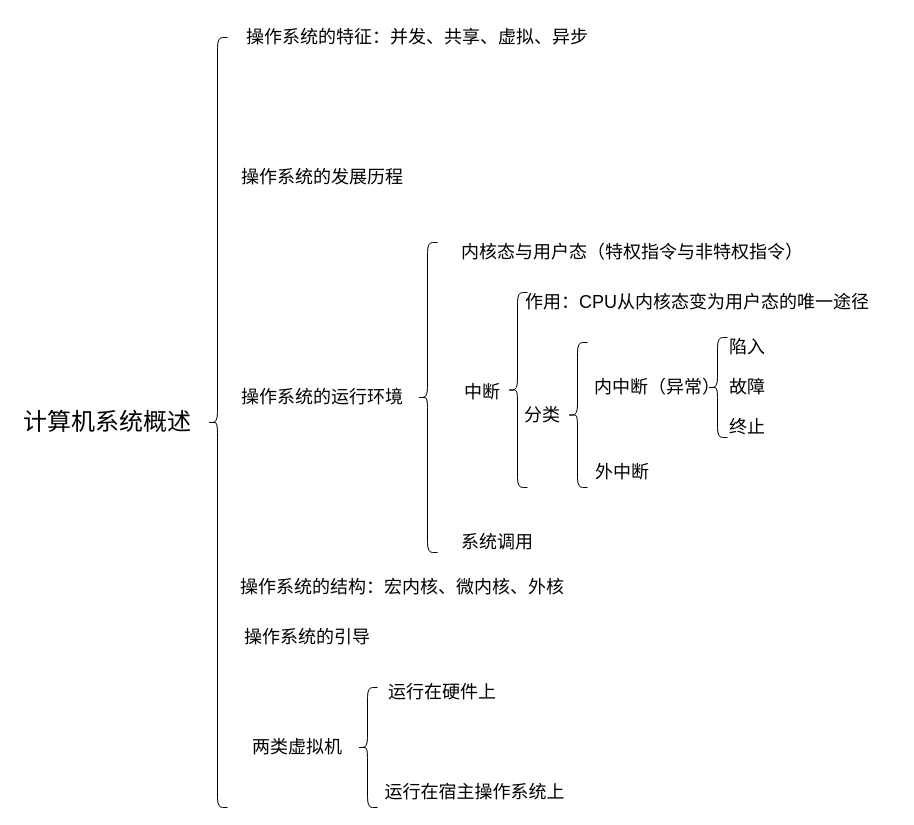
Earlier version of the draw.io diagram page "第 1 页" (1 of 5) of 操作系统.drawio (2968392441/draw). Source tidied: cells renumbered, new cells numbered last; positions are measured from the earlier drawing's top-left corner, leaving out a move shared by most shapes. Both pictures are drawn from the tidied source at 100%, with x=0, y=0 at pixel (17, 17).
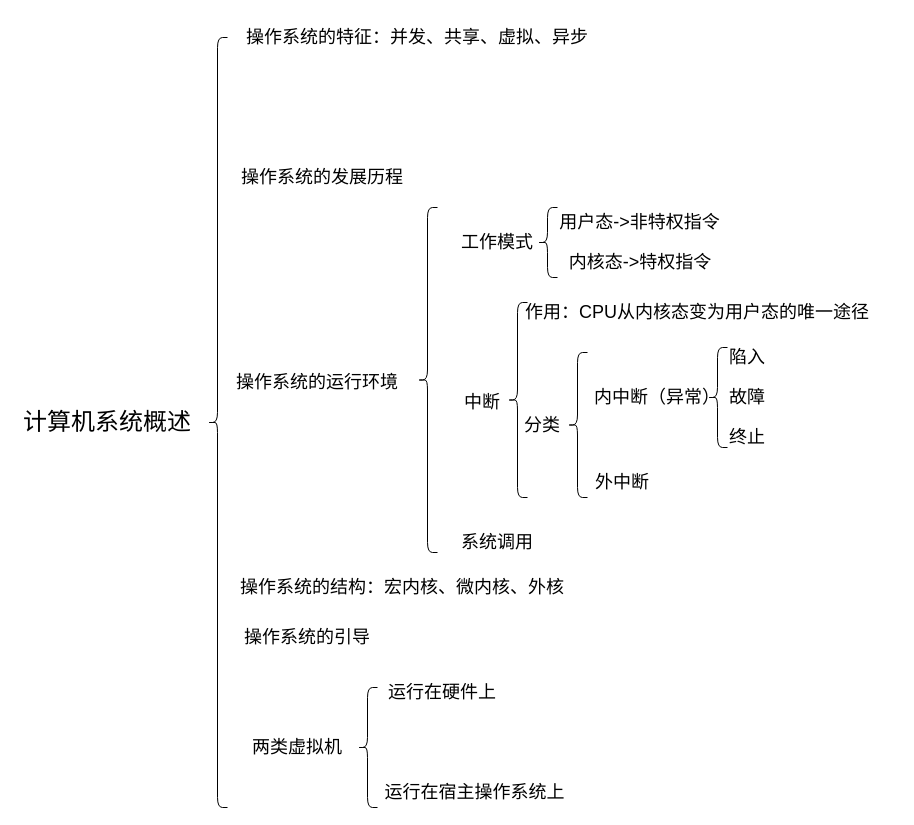
After the change.

Change to the diagram source:
```diff
@@
     <mxCell id="4" value="&lt;font style=&quot;font-size: 18px;&quot;&gt;操作系统的运行环境&lt;/font&gt;" style="text;html=1;whiteSpace=wrap;strokeColor=none;fillColor=none;align=center;verticalAlign=middle;rounded=0;" parent="1" vertex="1">
-      <mxGeometry x="220" y="360" width="170" height="40" as="geometry" />
+      <mxGeometry x="215" y="345" width="170" height="40" as="geometry" />
     </mxCell>
@@
     <mxCell id="6" style="shape=curlyBracket;whiteSpace=wrap;html=1;rounded=1;labelPosition=left;verticalLabelPosition=middle;align=right;verticalAlign=middle;" parent="1" vertex="1">
-      <mxGeometry x="400" y="225" width="20" height="310" as="geometry" />
+      <mxGeometry x="400" y="190" width="20" height="345" as="geometry" />
     </mxCell>
-    <mxCell id="7" value="&lt;font style=&quot;font-size: 18px;&quot;&gt;内核态与用户态（特权指令与非特权指令）&lt;/font&gt;" style="text;html=1;whiteSpace=wrap;strokeColor=none;fillColor=none;align=center;verticalAlign=middle;rounded=0;" parent="1" vertex="1">
-      <mxGeometry x="430" y="220" width="370" height="30" as="geometry" />
-    </mxCell>
@@
     <mxCell id="16" value="&lt;font style=&quot;font-size: 18px;&quot;&gt;中断&lt;/font&gt;" style="text;html=1;whiteSpace=wrap;strokeColor=none;fillColor=none;align=center;verticalAlign=middle;rounded=0;" parent="1" vertex="1">
-      <mxGeometry x="430" y="360" width="70" height="30" as="geometry" />
+      <mxGeometry x="430" y="370" width="70" height="30" as="geometry" />
     </mxCell>
     <mxCell id="17" value="&lt;font style=&quot;font-size: 18px;&quot;&gt;终止&lt;/font&gt;" style="text;html=1;whiteSpace=wrap;strokeColor=none;fillColor=none;align=center;verticalAlign=middle;rounded=0;" parent="1" vertex="1">
-      <mxGeometry x="660" y="395" width="140" height="30" as="geometry" />
+      <mxGeometry x="660" y="405" width="140" height="30" as="geometry" />
     </mxCell>
     <mxCell id="18" value="&lt;font style=&quot;font-size: 18px;&quot;&gt;故障&lt;/font&gt;" style="text;html=1;whiteSpace=wrap;strokeColor=none;fillColor=none;align=center;verticalAlign=middle;rounded=0;" parent="1" vertex="1">
-      <mxGeometry x="660" y="355" width="140" height="30" as="geometry" />
+      <mxGeometry x="660" y="365" width="140" height="30" as="geometry" />
     </mxCell>
     <mxCell id="19" value="&lt;font style=&quot;font-size: 18px;&quot;&gt;陷入&lt;/font&gt;" style="text;html=1;whiteSpace=wrap;strokeColor=none;fillColor=none;align=center;verticalAlign=middle;rounded=0;" parent="1" vertex="1">
-      <mxGeometry x="660" y="315" width="140" height="30" as="geometry" />
+      <mxGeometry x="660" y="325" width="140" height="30" as="geometry" />
     </mxCell>
     <mxCell id="20" value="&lt;font style=&quot;font-size: 18px;&quot;&gt;外中断&lt;/font&gt;" style="text;html=1;whiteSpace=wrap;strokeColor=none;fillColor=none;align=center;verticalAlign=middle;rounded=0;" parent="1" vertex="1">
-      <mxGeometry x="530" y="440" width="150" height="30" as="geometry" />
+      <mxGeometry x="530" y="450" width="150" height="30" as="geometry" />
     </mxCell>
     <mxCell id="21" value="&lt;font style=&quot;font-size: 18px;&quot;&gt;内中断（异常）&lt;/font&gt;" style="text;html=1;whiteSpace=wrap;strokeColor=none;fillColor=none;align=center;verticalAlign=middle;rounded=0;" parent="1" vertex="1">
-      <mxGeometry x="570" y="355" width="140" height="30" as="geometry" />
+      <mxGeometry x="570" y="365" width="140" height="30" as="geometry" />
     </mxCell>
     <mxCell id="22" value="&lt;font style=&quot;font-size: 18px;&quot;&gt;作用：CPU从内核态变为用户态的唯一途径&lt;/font&gt;" style="text;html=1;whiteSpace=wrap;strokeColor=none;fillColor=none;align=center;verticalAlign=middle;rounded=0;" parent="1" vertex="1">
-      <mxGeometry x="480" y="270" width="400" height="30" as="geometry" />
+      <mxGeometry x="480" y="280" width="400" height="30" as="geometry" />
     </mxCell>
     <mxCell id="23" value="&lt;font style=&quot;font-size: 18px;&quot;&gt;分类&lt;/font&gt;" style="text;html=1;whiteSpace=wrap;strokeColor=none;fillColor=none;align=center;verticalAlign=middle;rounded=0;" parent="1" vertex="1">
-      <mxGeometry x="490" y="382.5" width="70" height="30" as="geometry" />
+      <mxGeometry x="490" y="392.5" width="70" height="30" as="geometry" />
     </mxCell>
     <mxCell id="24" style="shape=curlyBracket;whiteSpace=wrap;html=1;rounded=1;labelPosition=left;verticalLabelPosition=middle;align=right;verticalAlign=middle;" parent="1" vertex="1">
-      <mxGeometry x="690" y="320" width="20" height="100" as="geometry" />
+      <mxGeometry x="690" y="330" width="20" height="100" as="geometry" />
     </mxCell>
     <mxCell id="25" style="shape=curlyBracket;whiteSpace=wrap;html=1;rounded=1;labelPosition=left;verticalLabelPosition=middle;align=right;verticalAlign=middle;" parent="1" vertex="1">
-      <mxGeometry x="550" y="325" width="20" height="145" as="geometry" />
+      <mxGeometry x="550" y="335" width="20" height="145" as="geometry" />
     </mxCell>
     <mxCell id="26" style="shape=curlyBracket;whiteSpace=wrap;html=1;rounded=1;labelPosition=left;verticalLabelPosition=middle;align=right;verticalAlign=middle;" parent="1" vertex="1">
-      <mxGeometry x="490" y="275" width="20" height="195" as="geometry" />
+      <mxGeometry x="490" y="285" width="20" height="195" as="geometry" />
     </mxCell>
+    <mxCell id="27" value="&lt;font style=&quot;font-size: 18px;&quot;&gt;工作模式&lt;/font&gt;" style="text;html=1;whiteSpace=wrap;strokeColor=none;fillColor=none;align=center;verticalAlign=middle;rounded=0;" parent="1" vertex="1">
+      <mxGeometry x="410" y="210" width="140" height="30" as="geometry" />
+    </mxCell>
+    <mxCell id="28" value="&lt;font style=&quot;font-size: 18px;&quot;&gt;用户态-&amp;gt;非特权指令&lt;/font&gt;" style="text;html=1;whiteSpace=wrap;strokeColor=none;fillColor=none;align=center;verticalAlign=middle;rounded=0;" parent="1" vertex="1">
+      <mxGeometry x="530" y="190" width="185" height="30" as="geometry" />
+    </mxCell>
+    <mxCell id="29" value="&lt;font style=&quot;font-size: 18px;&quot;&gt;内核态-&amp;gt;特权指令&lt;/font&gt;" style="text;html=1;whiteSpace=wrap;strokeColor=none;fillColor=none;align=center;verticalAlign=middle;rounded=0;" parent="1" vertex="1">
+      <mxGeometry x="532.5" y="230" width="180" height="30" as="geometry" />
+    </mxCell>
+    <mxCell id="30" style="shape=curlyBracket;whiteSpace=wrap;html=1;rounded=1;labelPosition=left;verticalLabelPosition=middle;align=right;verticalAlign=middle;" parent="1" vertex="1">
+      <mxGeometry x="520" y="190" width="20" height="70" as="geometry" />
+    </mxCell>
```
